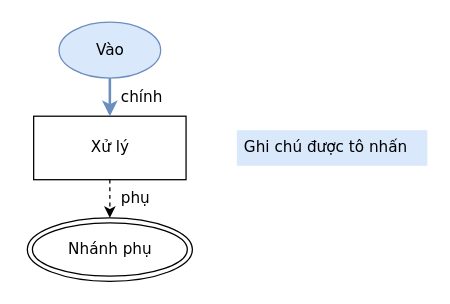
The draw.io diagram conformance/golden/flowchart/12-styles.drawio in luytbq/flowcast, before the edit. Source tidied: cells renumbered, new cells numbered last; positions are measured from the earlier drawing's top-left corner, leaving out a move shared by most shapes. Both pictures are drawn from the tidied source at 127%, with x=0, y=0 at pixel (27, 22).
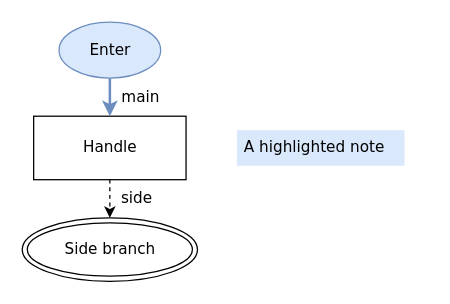
The same diagram, later.

The edit, as a diff of the source:
```diff
@@
 <mxGraphModel>
   <root>
     <mxCell id="0" />
     <mxCell id="1" parent="0" />
-    <mxCell id="2" value="Vào" style="ellipse;html=1;fillColor=#dae8fc;strokeColor=#6c8ebf;fontFamily=Verdana;fontSize=12;flowtable=1;" parent="1" vertex="1">
+    <mxCell id="2" value="Enter" style="ellipse;html=1;fillColor=#dae8fc;strokeColor=#6c8ebf;fontFamily=Verdana;fontSize=12;flowtable=1;" parent="1" vertex="1">
       <mxGeometry x="25" width="80" height="44" as="geometry" />
     </mxCell>
-    <mxCell id="3" value="Xử lý" style="rounded=0;html=1;fontFamily=Verdana;fontSize=12;flowtable=1;" parent="1" vertex="1">
+    <mxCell id="3" value="Handle" style="rounded=0;html=1;fontFamily=Verdana;fontSize=12;flowtable=1;" parent="1" vertex="1">
       <mxGeometry x="5" y="74" width="120" height="50" as="geometry" />
     </mxCell>
-    <mxCell id="4" value="Ghi chú được tô nhấn" style="text;html=1;align=left;verticalAlign=middle;spacingLeft=4;fillColor=#dae8fc;strokeColor=none;fontFamily=Verdana;fontSize=12;flowtable=1;" parent="1" vertex="1">
-      <mxGeometry x="165" y="85" width="150" height="28" as="geometry" />
+    <mxCell id="4" value="A highlighted note" style="text;html=1;align=left;verticalAlign=middle;spacingLeft=4;fillColor=#dae8fc;strokeColor=none;fontFamily=Verdana;fontSize=12;flowtable=1;" parent="1" vertex="1">
+      <mxGeometry x="165" y="85" width="132" height="28" as="geometry" />
     </mxCell>
-    <mxCell id="5" value="Nhánh phụ" style="shape=doubleEllipse;html=1;fontFamily=Verdana;fontSize=12;flowtable=1;" parent="1" vertex="1">
-      <mxGeometry y="154" width="130" height="50" as="geometry" />
+    <mxCell id="5" value="Side branch" style="shape=doubleEllipse;html=1;fontFamily=Verdana;fontSize=12;flowtable=1;" parent="1" vertex="1">
+      <mxGeometry x="-4" y="154" width="138" height="50" as="geometry" />
     </mxCell>
-    <mxCell id="6" value="chính" style="edgeStyle=orthogonalEdgeStyle;rounded=0;jettySize=auto;html=1;labelBackgroundColor=default;exitX=0.5;exitY=1;exitDx=0;exitDy=0;entryX=0.5;entryY=0;entryDx=0;entryDy=0;strokeColor=#6c8ebf;strokeWidth=2;fontFamily=Verdana;fontSize=12;flowtable=1;" parent="1" edge="1" source="2" target="3">
+    <mxCell id="6" value="main" style="edgeStyle=orthogonalEdgeStyle;rounded=0;jettySize=auto;html=1;labelBackgroundColor=default;exitX=0.5;exitY=1;exitDx=0;exitDy=0;entryX=0.5;entryY=0;entryDx=0;entryDy=0;strokeColor=#6c8ebf;strokeWidth=2;fontFamily=Verdana;fontSize=12;flowtable=1;" parent="1" edge="1" source="2" target="3">
       <mxGeometry x="-0.03" relative="1" as="geometry">
-        <mxPoint x="25.2" as="offset" />
+        <mxPoint x="23.9" as="offset" />
       </mxGeometry>
     </mxCell>
-    <mxCell id="7" value="phụ" style="edgeStyle=orthogonalEdgeStyle;rounded=0;jettySize=auto;html=1;labelBackgroundColor=default;exitX=0.5;exitY=1;exitDx=0;exitDy=0;entryX=0.5;entryY=0;entryDx=0;entryDy=0;dashed=1;fontFamily=Verdana;fontSize=12;flowtable=1;" parent="1" edge="1" source="3" target="5">
+    <mxCell id="7" value="side" style="edgeStyle=orthogonalEdgeStyle;rounded=0;jettySize=auto;html=1;labelBackgroundColor=default;exitX=0.5;exitY=1;exitDx=0;exitDy=0;entryX=0.5;entryY=0;entryDx=0;entryDy=0;dashed=1;fontFamily=Verdana;fontSize=12;flowtable=1;" parent="1" edge="1" source="3" target="5">
       <mxGeometry x="-0.03" relative="1" as="geometry">
-        <mxPoint x="20.3" as="offset" />
+        <mxPoint x="21.1" as="offset" />
       </mxGeometry>
     </mxCell>
   </root>
 </mxGraphModel>
```
